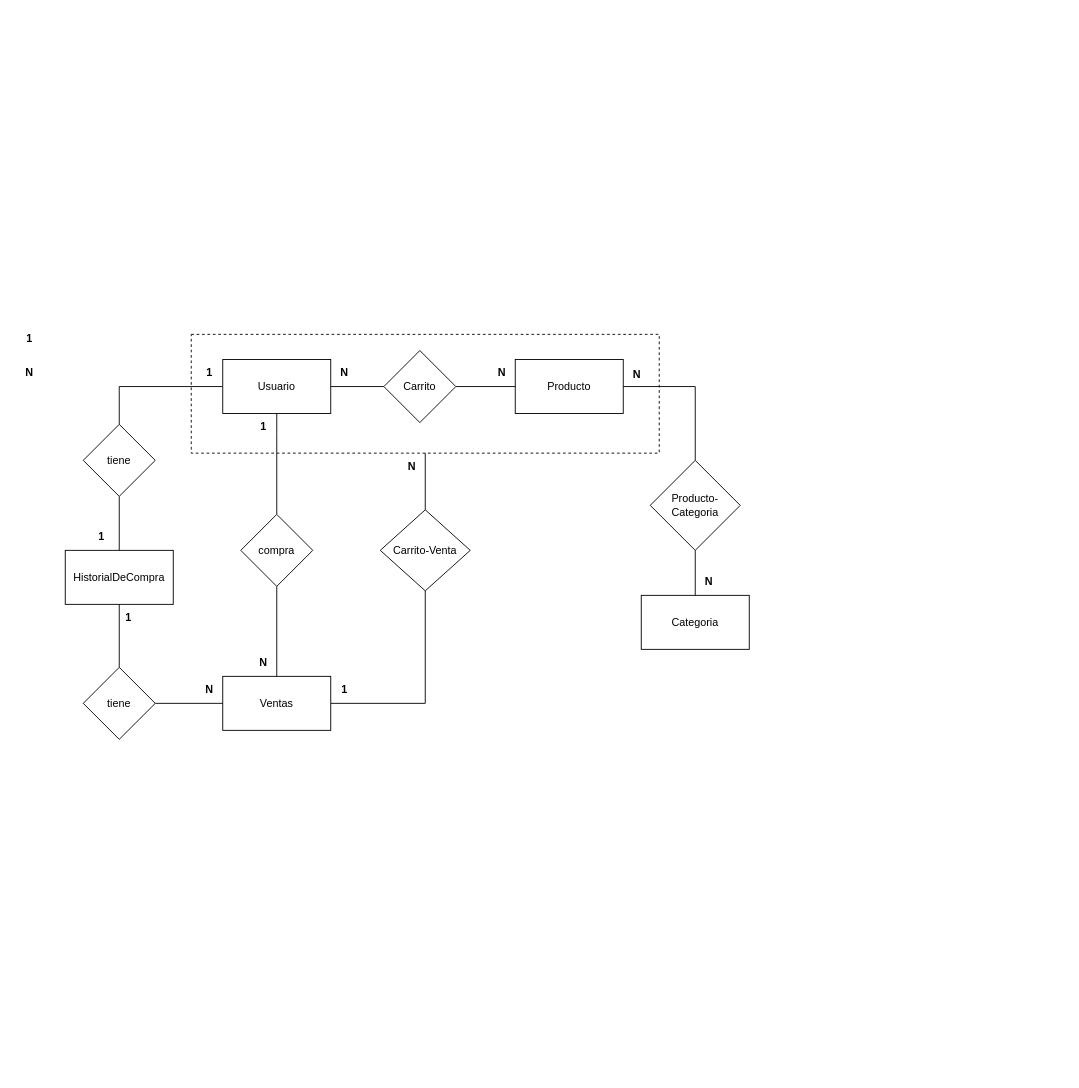
The draw.io diagram MEREcommerce.drawio in YolausGG/ProyectosReact-TrocheGodoy, before the edit. Source tidied: cells renumbered, new cells numbered last; positions are measured from the earlier drawing's top-left corner, leaving out a move shared by most shapes. Both pictures are drawn from the tidied source at 90%, with x=0, y=0 at pixel (15, 325).
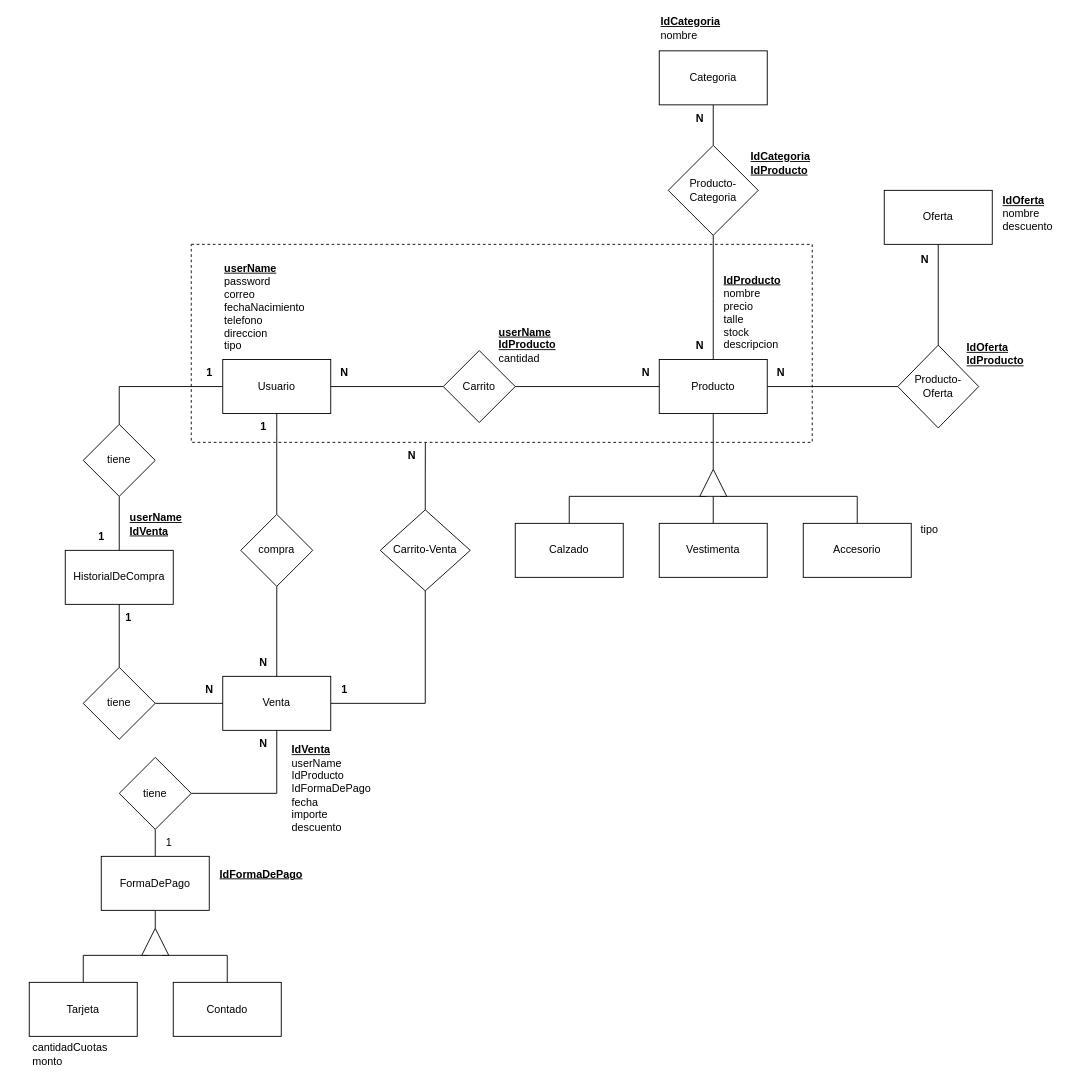
After the change.

Unchanged cells that the change refers to:
```xml
<mxCell id="29" value="Carrito-Venta" style="rhombus;whiteSpace=wrap;html=1;" parent="1" vertex="1">
  <mxGeometry x="405" y="205" width="100" height="90" as="geometry" />
</mxCell>
```

What changed in the source:
```diff
@@
+    <mxCell id="40" style="edgeStyle=orthogonalEdgeStyle;rounded=0;jettySize=auto;html=1;exitX=0.5;exitY=1;exitDx=0;exitDy=0;entryX=1;entryY=0.5;entryDx=0;entryDy=0;endArrow=none;endFill=0;" parent="1" edge="1" source="2" target="52">
+      <mxGeometry relative="1" as="geometry" />
+    </mxCell>
+    <mxCell id="41" style="edgeStyle=orthogonalEdgeStyle;rounded=0;jettySize=auto;html=1;entryX=0;entryY=0.5;entryDx=0;entryDy=0;endArrow=none;endFill=0;" parent="1" edge="1" source="2" target="72">
+      <mxGeometry relative="1" as="geometry" />
+    </mxCell>
     <mxCell id="2" value="Producto" style="rounded=0;whiteSpace=wrap;html=1;" parent="1" vertex="1">
-      <mxGeometry x="555" y="38" width="120" height="60" as="geometry" />
+      <mxGeometry x="715" y="38" width="120" height="60" as="geometry" />
     </mxCell>
@@
-    <mxCell id="6" value="Ventas" style="whiteSpace=wrap;html=1;" parent="1" vertex="1">
+    <mxCell id="6" value="Venta" style="whiteSpace=wrap;html=1;" parent="1" vertex="1">
       <mxGeometry x="230" y="390" width="120" height="60" as="geometry" />
     </mxCell>
@@
     <mxCell id="12" value="Carrito" style="rhombus;whiteSpace=wrap;html=1;" parent="1" vertex="1">
-      <mxGeometry x="409" y="28" width="80" height="80" as="geometry" />
+      <mxGeometry x="475" y="28" width="80" height="80" as="geometry" />
     </mxCell>
@@
-    <mxCell id="14" value="1" style="text;html=1;align=center;verticalAlign=middle;strokeColor=none;fillColor=none;fontStyle=1;" parent="1" vertex="1">
-      <mxGeometry width="30" height="30" as="geometry" />
-    </mxCell>
-    <mxCell id="15" value="N" style="text;html=1;align=center;verticalAlign=middle;strokeColor=none;fillColor=none;fontStyle=1;" parent="1" vertex="1">
-      <mxGeometry y="38" width="30" height="30" as="geometry" />
-    </mxCell>
@@
-    <mxCell id="28" style="edgeStyle=orthogonalEdgeStyle;rounded=0;jettySize=auto;html=1;entryX=0.5;entryY=1;entryDx=0;entryDy=0;endArrow=none;endFill=0;" parent="1" edge="1" source="29" target="30">
+    <mxCell id="28" style="edgeStyle=orthogonalEdgeStyle;rounded=0;jettySize=auto;html=1;entryX=0.377;entryY=1.002;entryDx=0;entryDy=0;endArrow=none;endFill=0;entryPerimeter=0;" parent="1" edge="1" source="29" target="30">
       <mxGeometry relative="1" as="geometry" />
     </mxCell>
@@
     <mxCell id="30" style="rounded=0;whiteSpace=wrap;html=1;dashed=1;fillColor=none;" parent="1" vertex="1">
-      <mxGeometry x="195" y="10" width="520" height="132" as="geometry" />
+      <mxGeometry x="195" y="-90" width="690" height="220" as="geometry" />
     </mxCell>
     <mxCell id="31" value="N" style="text;html=1;align=center;verticalAlign=middle;strokeColor=none;fillColor=none;fontStyle=1;" parent="1" vertex="1">
-      <mxGeometry x="525" y="38" width="30" height="30" as="geometry" />
+      <mxGeometry x="685" y="38" width="30" height="30" as="geometry" />
     </mxCell>
     <mxCell id="32" value="Categoria" style="rounded=0;whiteSpace=wrap;html=1;" parent="1" vertex="1">
-      <mxGeometry x="695" y="300" width="120" height="60" as="geometry" />
+      <mxGeometry x="715" y="-305" width="120" height="60" as="geometry" />
     </mxCell>
-    <mxCell id="33" style="edgeStyle=orthogonalEdgeStyle;rounded=0;jettySize=auto;html=1;entryX=0.5;entryY=0;entryDx=0;entryDy=0;endArrow=none;endFill=0;" parent="1" edge="1" source="35" target="32">
+    <mxCell id="33" style="edgeStyle=orthogonalEdgeStyle;rounded=0;jettySize=auto;html=1;entryX=0.5;entryY=1;entryDx=0;entryDy=0;endArrow=none;endFill=0;exitX=0.5;exitY=0;exitDx=0;exitDy=0;" parent="1" edge="1" source="35" target="32">
       <mxGeometry relative="1" as="geometry" />
     </mxCell>
-    <mxCell id="34" style="edgeStyle=orthogonalEdgeStyle;rounded=0;jettySize=auto;html=1;entryX=1;entryY=0.5;entryDx=0;entryDy=0;endArrow=none;endFill=0;" parent="1" edge="1" source="35" target="2">
+    <mxCell id="34" style="edgeStyle=orthogonalEdgeStyle;rounded=0;jettySize=auto;html=1;entryX=0.5;entryY=0;entryDx=0;entryDy=0;endArrow=none;endFill=0;exitX=0.5;exitY=1;exitDx=0;exitDy=0;" parent="1" edge="1" source="35" target="2">
       <mxGeometry relative="1" as="geometry">
         <Array as="points">
-          <mxPoint x="755" y="68" />
+          <mxPoint x="775" y="-30" />
         </Array>
       </mxGeometry>
     </mxCell>
     <mxCell id="35" value="Producto-Categoria" style="rhombus;whiteSpace=wrap;html=1;" parent="1" vertex="1">
-      <mxGeometry x="705" y="150" width="100" height="100" as="geometry" />
+      <mxGeometry x="725" y="-200" width="100" height="100" as="geometry" />
     </mxCell>
     <mxCell id="36" value="N" style="text;html=1;align=center;verticalAlign=middle;strokeColor=none;fillColor=none;fontStyle=1;" parent="1" vertex="1">
-      <mxGeometry x="755" y="270" width="30" height="30" as="geometry" />
+      <mxGeometry x="745" y="-245" width="30" height="30" as="geometry" />
     </mxCell>
     <mxCell id="37" value="N" style="text;html=1;align=center;verticalAlign=middle;strokeColor=none;fillColor=none;fontStyle=1;" parent="1" vertex="1">
-      <mxGeometry x="675" y="40" width="30" height="30" as="geometry" />
+      <mxGeometry x="745" y="8" width="30" height="30" as="geometry" />
     </mxCell>
     <mxCell id="38" value="N" style="text;html=1;align=center;verticalAlign=middle;strokeColor=none;fillColor=none;fontStyle=1;" parent="1" vertex="1">
-      <mxGeometry x="425" y="142" width="30" height="30" as="geometry" />
+      <mxGeometry x="425" y="130" width="30" height="30" as="geometry" />
     </mxCell>
@@
+    <mxCell id="42" value="&lt;div style=&quot;text-align: left;&quot;&gt;&lt;b style=&quot;background-color: initial;&quot;&gt;&lt;u&gt;IdCategoria&lt;/u&gt;&lt;/b&gt;&lt;/div&gt;&lt;div style=&quot;text-align: left;&quot;&gt;&lt;span style=&quot;background-color: initial;&quot;&gt;nombre&lt;/span&gt;&lt;/div&gt;" style="text;html=1;strokeColor=none;fillColor=none;align=center;verticalAlign=middle;whiteSpace=wrap;rounded=0;" parent="1" vertex="1">
+      <mxGeometry x="725" y="-340" width="50" height="20" as="geometry" />
+    </mxCell>
+    <mxCell id="43" value="&lt;div style=&quot;&quot;&gt;&lt;div style=&quot;border-color: var(--border-color);&quot;&gt;&lt;b style=&quot;border-color: var(--border-color); background-color: initial;&quot;&gt;&lt;u style=&quot;border-color: var(--border-color);&quot;&gt;IdCategoria&lt;/u&gt;&lt;/b&gt;&lt;/div&gt;&lt;b style=&quot;border-color: var(--border-color);&quot;&gt;&lt;div style=&quot;border-color: var(--border-color);&quot;&gt;&lt;b style=&quot;border-color: var(--border-color); background-color: initial;&quot;&gt;&lt;u style=&quot;border-color: var(--border-color);&quot;&gt;&lt;font style=&quot;border-color: var(--border-color);&quot;&gt;IdProducto&lt;/font&gt;&lt;/u&gt;&lt;/b&gt;&lt;/div&gt;&lt;/b&gt;&lt;/div&gt;" style="text;html=1;strokeColor=none;fillColor=none;align=left;verticalAlign=middle;whiteSpace=wrap;rounded=0;" parent="1" vertex="1">
+      <mxGeometry x="815" y="-190" width="50" height="20" as="geometry" />
+    </mxCell>
+    <mxCell id="44" value="&lt;b style=&quot;border-color: var(--border-color);&quot;&gt;&lt;u style=&quot;border-color: var(--border-color);&quot;&gt;userName&lt;br&gt;&lt;/u&gt;&lt;/b&gt;&lt;font style=&quot;font-size: 12px;&quot;&gt;&lt;b style=&quot;text-decoration-line: underline;&quot;&gt;IdProducto&lt;/b&gt;&lt;br&gt;cantidad&lt;br&gt;&lt;/font&gt;&lt;u style=&quot;font-weight: bold;&quot;&gt;&lt;font style=&quot;font-size: 12px;&quot;&gt;&lt;br&gt;&lt;/font&gt;&lt;/u&gt;" style="text;html=1;strokeColor=none;fillColor=none;align=left;verticalAlign=middle;whiteSpace=wrap;rounded=0;" parent="1" vertex="1">
+      <mxGeometry x="535" y="8" width="70" height="42" as="geometry" />
+    </mxCell>
+    <mxCell id="45" value="&lt;b style=&quot;border-color: var(--border-color); text-align: center;&quot;&gt;&lt;u style=&quot;border-color: var(--border-color);&quot;&gt;&lt;font style=&quot;border-color: var(--border-color);&quot;&gt;IdProducto&lt;/font&gt;&lt;/u&gt;&lt;/b&gt;&lt;span style=&quot;font-weight: normal;&quot;&gt;&lt;br&gt;nombre&lt;br&gt;precio&lt;br&gt;&lt;div style=&quot;&quot;&gt;&lt;span style=&quot;background-color: initial;&quot;&gt;talle&lt;/span&gt;&lt;/div&gt;stock&lt;br&gt;descripcion&lt;br&gt;&lt;/span&gt;" style="text;html=1;strokeColor=none;fillColor=none;align=left;verticalAlign=middle;whiteSpace=wrap;rounded=0;fontStyle=1;" parent="1" vertex="1">
+      <mxGeometry x="785" y="-58" width="70" height="88" as="geometry" />
+    </mxCell>
+    <mxCell id="46" value="Calzado" style="rounded=0;whiteSpace=wrap;html=1;" parent="1" vertex="1">
+      <mxGeometry x="555" y="220" width="120" height="60" as="geometry" />
+    </mxCell>
+    <mxCell id="47" value="Vestimenta" style="rounded=0;whiteSpace=wrap;html=1;" parent="1" vertex="1">
+      <mxGeometry x="715" y="220" width="120" height="60" as="geometry" />
+    </mxCell>
+    <mxCell id="48" value="Accesorio" style="rounded=0;whiteSpace=wrap;html=1;" parent="1" vertex="1">
+      <mxGeometry x="875" y="220" width="120" height="60" as="geometry" />
+    </mxCell>
+    <mxCell id="49" style="edgeStyle=orthogonalEdgeStyle;rounded=0;jettySize=auto;html=1;exitX=0;exitY=0.75;exitDx=0;exitDy=0;entryX=0.5;entryY=0;entryDx=0;entryDy=0;endArrow=none;endFill=0;" parent="1" edge="1" source="52" target="48">
+      <mxGeometry relative="1" as="geometry">
+        <Array as="points">
+          <mxPoint x="935" y="190" />
+        </Array>
+      </mxGeometry>
+    </mxCell>
+    <mxCell id="50" style="edgeStyle=orthogonalEdgeStyle;rounded=0;jettySize=auto;html=1;exitX=0;exitY=0.25;exitDx=0;exitDy=0;entryX=0.5;entryY=0;entryDx=0;entryDy=0;endArrow=none;endFill=0;" parent="1" edge="1" source="52" target="46">
+      <mxGeometry relative="1" as="geometry">
+        <Array as="points">
+          <mxPoint x="615" y="190" />
+        </Array>
+      </mxGeometry>
+    </mxCell>
+    <mxCell id="51" style="edgeStyle=orthogonalEdgeStyle;rounded=0;jettySize=auto;html=1;exitX=0;exitY=0.5;exitDx=0;exitDy=0;entryX=0.5;entryY=0;entryDx=0;entryDy=0;endArrow=none;endFill=0;" parent="1" edge="1" source="52" target="47">
+      <mxGeometry relative="1" as="geometry" />
+    </mxCell>
+    <mxCell id="52" style="triangle;whiteSpace=wrap;html=1;rotation=-90;" parent="1" vertex="1">
+      <mxGeometry x="760" y="160" width="30" height="30" as="geometry" />
+    </mxCell>
+    <mxCell id="53" value="tipo" style="text;html=1;align=center;verticalAlign=middle;strokeColor=none;fillColor=none;" parent="1" vertex="1">
+      <mxGeometry x="995" y="212" width="40" height="30" as="geometry" />
+    </mxCell>
+    <mxCell id="54" value="&lt;u&gt;userName&lt;/u&gt;&lt;br&gt;&lt;span style=&quot;font-weight: normal;&quot;&gt;password&lt;/span&gt;&lt;br&gt;&lt;span style=&quot;font-weight: normal;&quot;&gt;correo&lt;/span&gt;&lt;br&gt;&lt;span style=&quot;font-weight: normal;&quot;&gt;fechaNacimiento&lt;/span&gt;&lt;br&gt;&lt;span style=&quot;font-weight: normal;&quot;&gt;telefono&lt;br&gt;direccion&lt;br&gt;tipo&lt;/span&gt;&lt;br&gt;&lt;div style=&quot;font-weight: normal;&quot;&gt;&lt;/div&gt;" style="text;html=1;strokeColor=none;fillColor=none;align=left;verticalAlign=middle;whiteSpace=wrap;rounded=0;fontStyle=1;" parent="1" vertex="1">
+      <mxGeometry x="230" y="-60" width="145" height="80" as="geometry" />
+    </mxCell>
+    <mxCell id="55" value="&lt;u&gt;IdVenta&lt;br&gt;&lt;/u&gt;&lt;span style=&quot;border-color: var(--border-color);&quot;&gt;&lt;span style=&quot;border-color: var(--border-color);&quot;&gt;&lt;span style=&quot;font-weight: normal;&quot;&gt;userName&lt;/span&gt;&lt;br style=&quot;border-color: var(--border-color);&quot;&gt;&lt;/span&gt;&lt;/span&gt;&lt;font style=&quot;border-color: var(--border-color);&quot;&gt;&lt;span style=&quot;border-color: var(--border-color); font-weight: normal;&quot;&gt;IdProducto&lt;br&gt;&lt;/span&gt;&lt;span style=&quot;font-weight: normal;&quot;&gt;IdFormaDePago&lt;/span&gt;&lt;br style=&quot;border-color: var(--border-color);&quot;&gt;&lt;span style=&quot;font-weight: 400;&quot;&gt;fecha&lt;br&gt;&lt;/span&gt;&lt;span style=&quot;font-weight: normal;&quot;&gt;importe&lt;br&gt;descuento&lt;/span&gt;&lt;br style=&quot;border-color: var(--border-color);&quot;&gt;&lt;/font&gt;&lt;div style=&quot;font-weight: normal;&quot;&gt;&lt;/div&gt;" style="text;html=1;strokeColor=none;fillColor=none;align=left;verticalAlign=middle;whiteSpace=wrap;rounded=0;fontStyle=1;" parent="1" vertex="1">
+      <mxGeometry x="305" y="450" width="100" height="130" as="geometry" />
+    </mxCell>
+    <mxCell id="56" style="edgeStyle=orthogonalEdgeStyle;rounded=0;jettySize=auto;html=1;exitX=0.5;exitY=1;exitDx=0;exitDy=0;entryX=1;entryY=0.5;entryDx=0;entryDy=0;endArrow=none;endFill=0;" parent="1" edge="1" source="57" target="62">
+      <mxGeometry relative="1" as="geometry" />
+    </mxCell>
+    <mxCell id="57" value="FormaDePago" style="whiteSpace=wrap;html=1;" parent="1" vertex="1">
+      <mxGeometry x="95" y="590" width="120" height="60" as="geometry" />
+    </mxCell>
+    <mxCell id="58" value="Tarjeta" style="rounded=0;whiteSpace=wrap;html=1;" parent="1" vertex="1">
+      <mxGeometry x="15" y="730" width="120" height="60" as="geometry" />
+    </mxCell>
+    <mxCell id="59" value="Contado" style="rounded=0;whiteSpace=wrap;html=1;" parent="1" vertex="1">
+      <mxGeometry x="175" y="730" width="120" height="60" as="geometry" />
+    </mxCell>
+    <mxCell id="60" style="edgeStyle=orthogonalEdgeStyle;rounded=0;jettySize=auto;html=1;exitX=0;exitY=0.25;exitDx=0;exitDy=0;entryX=0.5;entryY=0;entryDx=0;entryDy=0;endArrow=none;endFill=0;" parent="1" edge="1" source="62" target="58">
+      <mxGeometry relative="1" as="geometry">
+        <Array as="points">
+          <mxPoint x="75" y="700" />
+        </Array>
+      </mxGeometry>
+    </mxCell>
+    <mxCell id="61" style="edgeStyle=orthogonalEdgeStyle;rounded=0;jettySize=auto;html=1;exitX=0;exitY=0.75;exitDx=0;exitDy=0;entryX=0.5;entryY=0;entryDx=0;entryDy=0;endArrow=none;endFill=0;" parent="1" edge="1" source="62" target="59">
+      <mxGeometry relative="1" as="geometry">
+        <Array as="points">
+          <mxPoint x="235" y="700" />
+        </Array>
+      </mxGeometry>
+    </mxCell>
+    <mxCell id="62" style="triangle;whiteSpace=wrap;html=1;rotation=-90;" parent="1" vertex="1">
+      <mxGeometry x="140" y="670" width="30" height="30" as="geometry" />
+    </mxCell>
+    <mxCell id="63" value="cantidadCuotas&lt;br&gt;&lt;div style=&quot;text-align: left;&quot;&gt;&lt;span style=&quot;background-color: initial;&quot;&gt;monto&lt;/span&gt;&lt;/div&gt;" style="text;html=1;align=center;verticalAlign=middle;strokeColor=none;fillColor=none;" parent="1" vertex="1">
+      <mxGeometry x="5" y="790" width="110" height="40" as="geometry" />
+    </mxCell>
+    <mxCell id="64" value="&lt;div style=&quot;&quot;&gt;&lt;b style=&quot;background-color: initial;&quot;&gt;&lt;u&gt;IdFormaDePago&lt;/u&gt;&lt;/b&gt;&lt;/div&gt;" style="text;html=1;align=left;verticalAlign=middle;strokeColor=none;fillColor=none;" parent="1" vertex="1">
+      <mxGeometry x="225" y="595" width="120" height="30" as="geometry" />
+    </mxCell>
+    <mxCell id="65" style="edgeStyle=orthogonalEdgeStyle;rounded=0;jettySize=auto;html=1;exitX=0.5;exitY=1;exitDx=0;exitDy=0;entryX=0.5;entryY=0;entryDx=0;entryDy=0;endArrow=none;endFill=0;" parent="1" edge="1" source="67" target="57">
+      <mxGeometry relative="1" as="geometry" />
+    </mxCell>
+    <mxCell id="66" style="edgeStyle=orthogonalEdgeStyle;rounded=0;jettySize=auto;html=1;entryX=0.5;entryY=1;entryDx=0;entryDy=0;endArrow=none;endFill=0;" parent="1" edge="1" source="67" target="6">
+      <mxGeometry relative="1" as="geometry" />
+    </mxCell>
+    <mxCell id="67" value="tiene" style="rhombus;whiteSpace=wrap;html=1;" parent="1" vertex="1">
+      <mxGeometry x="115" y="480" width="80" height="80" as="geometry" />
+    </mxCell>
+    <mxCell id="14" value="1" style="text;html=1;align=center;verticalAlign=middle;strokeColor=none;fillColor=none;" parent="1" vertex="1">
+      <mxGeometry x="155" y="560" width="30" height="30" as="geometry" />
+    </mxCell>
+    <mxCell id="68" value="N" style="text;html=1;align=center;verticalAlign=middle;strokeColor=none;fillColor=none;fontStyle=1;" parent="1" vertex="1">
+      <mxGeometry x="260" y="450" width="30" height="30" as="geometry" />
+    </mxCell>
+    <mxCell id="69" value="Oferta" style="whiteSpace=wrap;html=1;" parent="1" vertex="1">
+      <mxGeometry x="965" y="-150" width="120" height="60" as="geometry" />
+    </mxCell>
+    <mxCell id="70" value="&lt;b style=&quot;border-color: var(--border-color); text-align: center;&quot;&gt;&lt;u style=&quot;border-color: var(--border-color);&quot;&gt;&lt;font style=&quot;border-color: var(--border-color);&quot;&gt;IdOferta&lt;br&gt;&lt;/font&gt;&lt;/u&gt;&lt;/b&gt;&lt;span style=&quot;font-weight: normal;&quot;&gt;nombre&lt;br&gt;descuento&lt;/span&gt;&lt;span style=&quot;font-weight: normal;&quot;&gt;&lt;br&gt;&lt;/span&gt;" style="text;html=1;strokeColor=none;fillColor=none;align=left;verticalAlign=middle;whiteSpace=wrap;rounded=0;fontStyle=1;" parent="1" vertex="1">
+      <mxGeometry x="1095" y="-158" width="70" height="68" as="geometry" />
+    </mxCell>
+    <mxCell id="71" style="edgeStyle=orthogonalEdgeStyle;rounded=0;jettySize=auto;html=1;exitX=0.5;exitY=0;exitDx=0;exitDy=0;entryX=0.5;entryY=1;entryDx=0;entryDy=0;endArrow=none;endFill=0;" parent="1" edge="1" source="72" target="69">
+      <mxGeometry relative="1" as="geometry" />
+    </mxCell>
+    <mxCell id="72" value="Producto-&lt;br&gt;Oferta" style="rhombus;whiteSpace=wrap;html=1;" parent="1" vertex="1">
+      <mxGeometry x="980" y="22" width="90" height="92" as="geometry" />
+    </mxCell>
+    <mxCell id="73" value="N" style="text;html=1;align=center;verticalAlign=middle;strokeColor=none;fillColor=none;fontStyle=1;" parent="1" vertex="1">
+      <mxGeometry x="835" y="38" width="30" height="30" as="geometry" />
+    </mxCell>
+    <mxCell id="74" value="N" style="text;html=1;align=center;verticalAlign=middle;strokeColor=none;fillColor=none;fontStyle=1;" parent="1" vertex="1">
+      <mxGeometry x="995" y="-88" width="30" height="30" as="geometry" />
+    </mxCell>
+    <mxCell id="75" value="&lt;font style=&quot;font-size: 12px;&quot;&gt;&lt;u style=&quot;font-weight: bold;&quot;&gt;userName&lt;/u&gt;&lt;br&gt;&lt;u style=&quot;font-weight: bold;&quot;&gt;IdVenta&lt;/u&gt;&lt;br&gt;&lt;/font&gt;" style="text;html=1;strokeColor=none;fillColor=none;align=left;verticalAlign=middle;whiteSpace=wrap;rounded=0;" parent="1" vertex="1">
+      <mxGeometry x="125" y="200" width="125" height="42" as="geometry" />
+    </mxCell>
+    <mxCell id="76" value="&lt;div style=&quot;&quot;&gt;&lt;div style=&quot;border-color: var(--border-color);&quot;&gt;&lt;b&gt;&lt;u&gt;IdOferta&lt;/u&gt;&lt;/b&gt;&lt;/div&gt;&lt;b style=&quot;border-color: var(--border-color);&quot;&gt;&lt;div style=&quot;border-color: var(--border-color);&quot;&gt;&lt;b style=&quot;border-color: var(--border-color); background-color: initial;&quot;&gt;&lt;u style=&quot;border-color: var(--border-color);&quot;&gt;&lt;font style=&quot;border-color: var(--border-color);&quot;&gt;IdProducto&lt;/font&gt;&lt;/u&gt;&lt;/b&gt;&lt;/div&gt;&lt;/b&gt;&lt;/div&gt;" style="text;html=1;strokeColor=none;fillColor=none;align=left;verticalAlign=middle;whiteSpace=wrap;rounded=0;" parent="1" vertex="1">
+      <mxGeometry x="1055" y="22" width="50" height="20" as="geometry" />
+    </mxCell>
```
